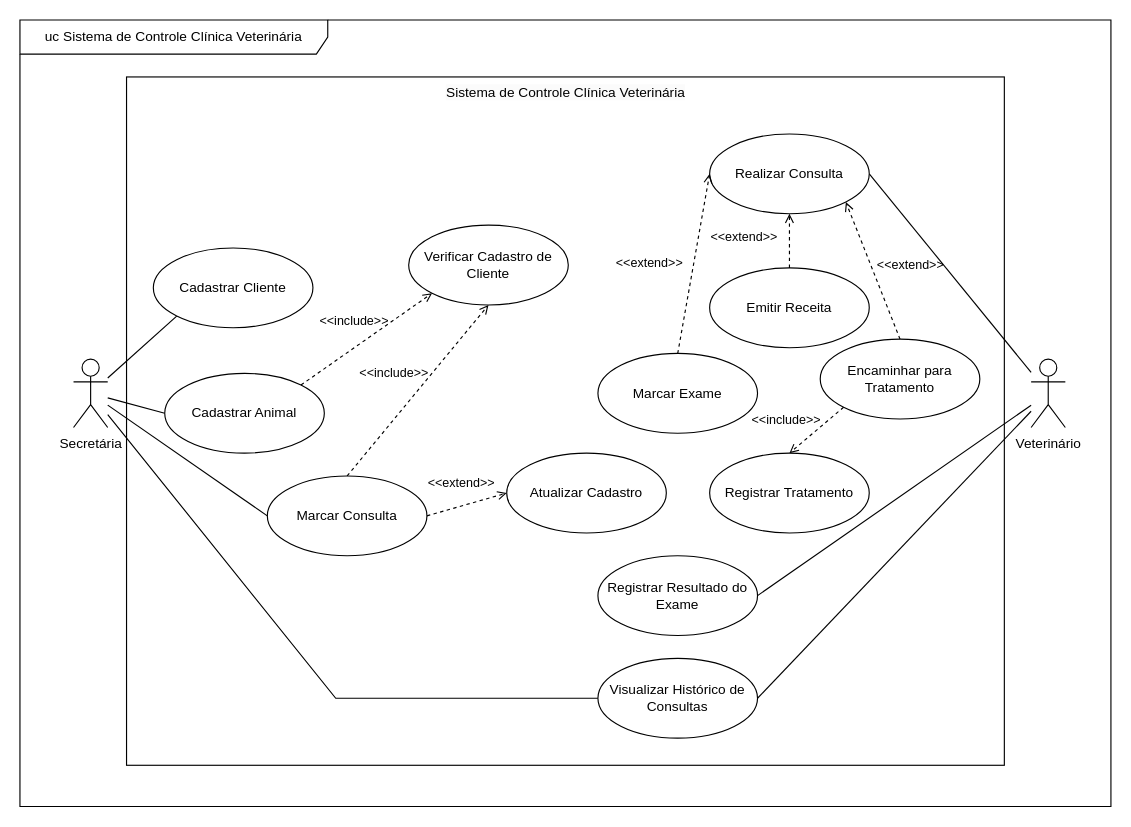
Beneilton-Martins/Sistema-de-Controle-de-Cl-nica-Veterin-ria keeps this draw.io diagram as UC-Clinica-Veterinária(PDS).drawio. Above is the earlier version. Source tidied: cells renumbered, new cells numbered last; positions are measured from the earlier drawing's top-left corner, leaving out a move shared by most shapes. Both pictures are drawn from the tidied source at 114%, with x=0, y=0 at pixel (19, 19).
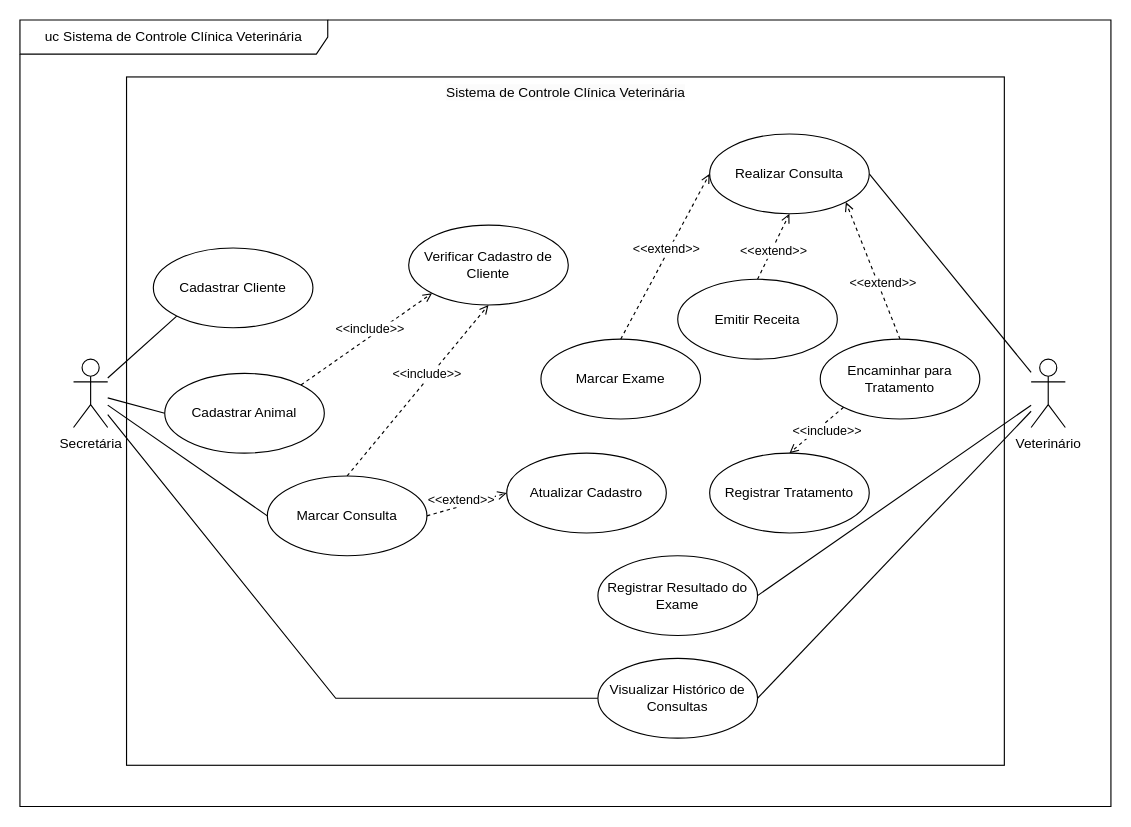
The same diagram, later.

The change refers to these unchanged cells:
```xml
<mxCell id="5" value="Cadastrar Animal" style="ellipse;whiteSpace=wrap;html=1;" parent="1" vertex="1">
  <mxGeometry x="127" y="310" width="140" height="70" as="geometry" />
</mxCell>
<mxCell id="8" value="Atualizar Cadastro" style="ellipse;whiteSpace=wrap;html=1;verticalAlign=middle;" parent="1" vertex="1">
  <mxGeometry x="427" y="380" width="140" height="70" as="geometry" />
</mxCell>
<mxCell id="11" value="Marcar Consulta" style="ellipse;whiteSpace=wrap;html=1;" parent="1" vertex="1">
  <mxGeometry x="217" y="400" width="140" height="70" as="geometry" />
</mxCell>
<mxCell id="16" value="Encaminhar para Tratamento" style="ellipse;whiteSpace=wrap;html=1;" parent="1" vertex="1">
  <mxGeometry x="702" y="280" width="140" height="70" as="geometry" />
</mxCell>
<mxCell id="23" value="Realizar Consulta" style="ellipse;whiteSpace=wrap;html=1;" parent="1" vertex="1">
  <mxGeometry x="605" y="100" width="140" height="70" as="geometry" />
</mxCell>
<mxCell id="26" value="Registrar Tratamento" style="ellipse;whiteSpace=wrap;html=1;" parent="1" vertex="1">
  <mxGeometry x="605" y="380" width="140" height="70" as="geometry" />
</mxCell>
<mxCell id="29" value="Verificar Cadastro de Cliente" style="ellipse;whiteSpace=wrap;html=1;" parent="1" vertex="1">
  <mxGeometry x="341" y="180" width="140" height="70" as="geometry" />
</mxCell>
```

The edit, as a diff of the source:
```diff
@@
     <mxCell id="12" value="Marcar Exame" style="ellipse;whiteSpace=wrap;html=1;" parent="1" vertex="1">
-      <mxGeometry x="507" y="292.5" width="140" height="70" as="geometry" />
+      <mxGeometry x="457" y="280" width="140" height="70" as="geometry" />
     </mxCell>
@@
     <mxCell id="15" value="Emitir Receita" style="ellipse;whiteSpace=wrap;html=1;" parent="1" vertex="1">
-      <mxGeometry x="605" y="217.5" width="140" height="70" as="geometry" />
+      <mxGeometry x="577" y="227.5" width="140" height="70" as="geometry" />
     </mxCell>
@@
-    <mxCell id="21" value="&amp;lt;&amp;lt;extend&amp;gt;&amp;gt;" style="html=1;verticalAlign=bottom;labelBackgroundColor=none;endArrow=open;endFill=0;dashed=1;rounded=0;exitX=0.5;exitY=0;exitDx=0;exitDy=0;entryX=0.5;entryY=1;entryDx=0;entryDy=0;" parent="1" edge="1" source="15" target="23">
-      <mxGeometry x="-0.2" y="40" relative="1" as="geometry" />
+    <mxCell id="21" value="&amp;lt;&amp;lt;extend&amp;gt;&amp;gt;" style="html=1;verticalAlign=bottom;labelBackgroundColor=default;endArrow=open;endFill=0;dashed=1;rounded=0;exitX=0.5;exitY=0;exitDx=0;exitDy=0;entryX=0.5;entryY=1;entryDx=0;entryDy=0;" parent="1" edge="1" source="15" target="23">
+      <mxGeometry x="-0.36" y="-6" relative="1" as="geometry" />
     </mxCell>
@@
-    <mxCell id="24" value="&amp;lt;&amp;lt;extend&amp;gt;&amp;gt;" style="html=1;verticalAlign=bottom;labelBackgroundColor=none;endArrow=open;endFill=0;dashed=1;rounded=0;entryX=0;entryY=0.5;entryDx=0;entryDy=0;exitX=0.5;exitY=0;exitDx=0;exitDy=0;" parent="1" edge="1" source="12" target="23">
-      <mxGeometry x="-0.2" y="37" relative="1" as="geometry">
-        <mxPoint y="-1" as="offset" />
-      </mxGeometry>
+    <mxCell id="24" value="&amp;lt;&amp;lt;extend&amp;gt;&amp;gt;" style="html=1;verticalAlign=bottom;labelBackgroundColor=default;endArrow=open;endFill=0;dashed=1;rounded=0;entryX=0;entryY=0.5;entryDx=0;entryDy=0;exitX=0.5;exitY=0;exitDx=0;exitDy=0;" parent="1" edge="1" source="12" target="23">
+      <mxGeometry x="-0.02" y="-2" relative="1" as="geometry" />
     </mxCell>
-    <mxCell id="25" value="&amp;lt;&amp;lt;extend&amp;gt;&amp;gt;" style="html=1;verticalAlign=bottom;labelBackgroundColor=none;endArrow=open;endFill=0;dashed=1;rounded=0;exitX=0.5;exitY=0;exitDx=0;exitDy=0;entryX=1;entryY=1;entryDx=0;entryDy=0;" parent="1" edge="1" source="16" target="23">
-      <mxGeometry x="-0.26" y="-29" relative="1" as="geometry">
-        <mxPoint y="-1" as="offset" />
-      </mxGeometry>
+    <mxCell id="25" value="&amp;lt;&amp;lt;extend&amp;gt;&amp;gt;" style="html=1;verticalAlign=bottom;labelBackgroundColor=default;endArrow=open;endFill=0;dashed=1;rounded=0;exitX=0.5;exitY=0;exitDx=0;exitDy=0;entryX=1;entryY=1;entryDx=0;entryDy=0;" parent="1" edge="1" source="16" target="23">
+      <mxGeometry x="-0.34" y="-1" relative="1" as="geometry" />
     </mxCell>
@@
-    <mxCell id="27" value="&amp;lt;&amp;lt;include&amp;gt;&amp;gt;" style="html=1;verticalAlign=bottom;labelBackgroundColor=none;endArrow=open;endFill=0;dashed=1;rounded=0;exitX=0;exitY=1;exitDx=0;exitDy=0;entryX=0.5;entryY=0;entryDx=0;entryDy=0;" parent="1" edge="1" source="16" target="26">
-      <mxGeometry x="0.66" y="-17" relative="1" as="geometry" />
+    <mxCell id="27" value="&amp;lt;&amp;lt;include&amp;gt;&amp;gt;" style="html=1;verticalAlign=bottom;labelBackgroundColor=default;endArrow=open;endFill=0;dashed=1;rounded=0;exitX=0;exitY=1;exitDx=0;exitDy=0;entryX=0.5;entryY=0;entryDx=0;entryDy=0;" parent="1" edge="1" source="16" target="26">
+      <mxGeometry x="0.01" y="13" relative="1" as="geometry">
+        <mxPoint x="1" as="offset" />
+      </mxGeometry>
     </mxCell>
-    <mxCell id="28" value="&amp;lt;&amp;lt;include&amp;gt;&amp;gt;" style="html=1;verticalAlign=bottom;labelBackgroundColor=none;endArrow=open;endFill=0;dashed=1;rounded=0;entryX=0;entryY=1;entryDx=0;entryDy=0;exitX=1;exitY=0;exitDx=0;exitDy=0;" parent="1" edge="1" source="5" target="29">
-      <mxGeometry x="-0.08" y="12" relative="1" as="geometry" />
+    <mxCell id="28" value="&amp;lt;&amp;lt;include&amp;gt;&amp;gt;" style="html=1;verticalAlign=bottom;labelBackgroundColor=default;endArrow=open;endFill=0;dashed=1;rounded=0;entryX=0;entryY=1;entryDx=0;entryDy=0;exitX=1;exitY=0;exitDx=0;exitDy=0;" parent="1" edge="1" source="5" target="29">
+      <mxGeometry x="0.04" y="-2" relative="1" as="geometry" />
     </mxCell>
@@
-    <mxCell id="30" value="&amp;lt;&amp;lt;include&amp;gt;&amp;gt;" style="html=1;verticalAlign=bottom;labelBackgroundColor=none;endArrow=open;endFill=0;dashed=1;rounded=0;entryX=0.5;entryY=1;entryDx=0;entryDy=0;exitX=0.5;exitY=0;exitDx=0;exitDy=0;" parent="1" edge="1" source="11" target="29">
-      <mxGeometry x="-0.1" y="20" relative="1" as="geometry" />
+    <mxCell id="30" value="&amp;lt;&amp;lt;include&amp;gt;&amp;gt;" style="html=1;verticalAlign=bottom;labelBackgroundColor=default;endArrow=open;endFill=0;dashed=1;rounded=0;entryX=0.5;entryY=1;entryDx=0;entryDy=0;exitX=0.5;exitY=0;exitDx=0;exitDy=0;" parent="1" edge="1" source="11" target="29">
+      <mxGeometry x="0.09" y="-3" relative="1" as="geometry" />
     </mxCell>
-    <mxCell id="31" value="&amp;lt;&amp;lt;extend&amp;gt;&amp;gt;" style="html=1;verticalAlign=bottom;labelBackgroundColor=none;endArrow=open;endFill=0;dashed=1;rounded=0;entryX=0;entryY=0.5;entryDx=0;entryDy=0;exitX=1;exitY=0.5;exitDx=0;exitDy=0;" parent="1" edge="1" source="11" target="8">
-      <mxGeometry x="-0.06" y="11" relative="1" as="geometry" />
+    <mxCell id="31" value="&amp;lt;&amp;lt;extend&amp;gt;&amp;gt;" style="html=1;verticalAlign=bottom;labelBackgroundColor=default;endArrow=open;endFill=0;dashed=1;rounded=0;entryX=0;entryY=0.5;entryDx=0;entryDy=0;exitX=1;exitY=0.5;exitDx=0;exitDy=0;" parent="1" edge="1" source="11" target="8">
+      <mxGeometry x="-0.17" y="-3" relative="1" as="geometry" />
     </mxCell>
```
